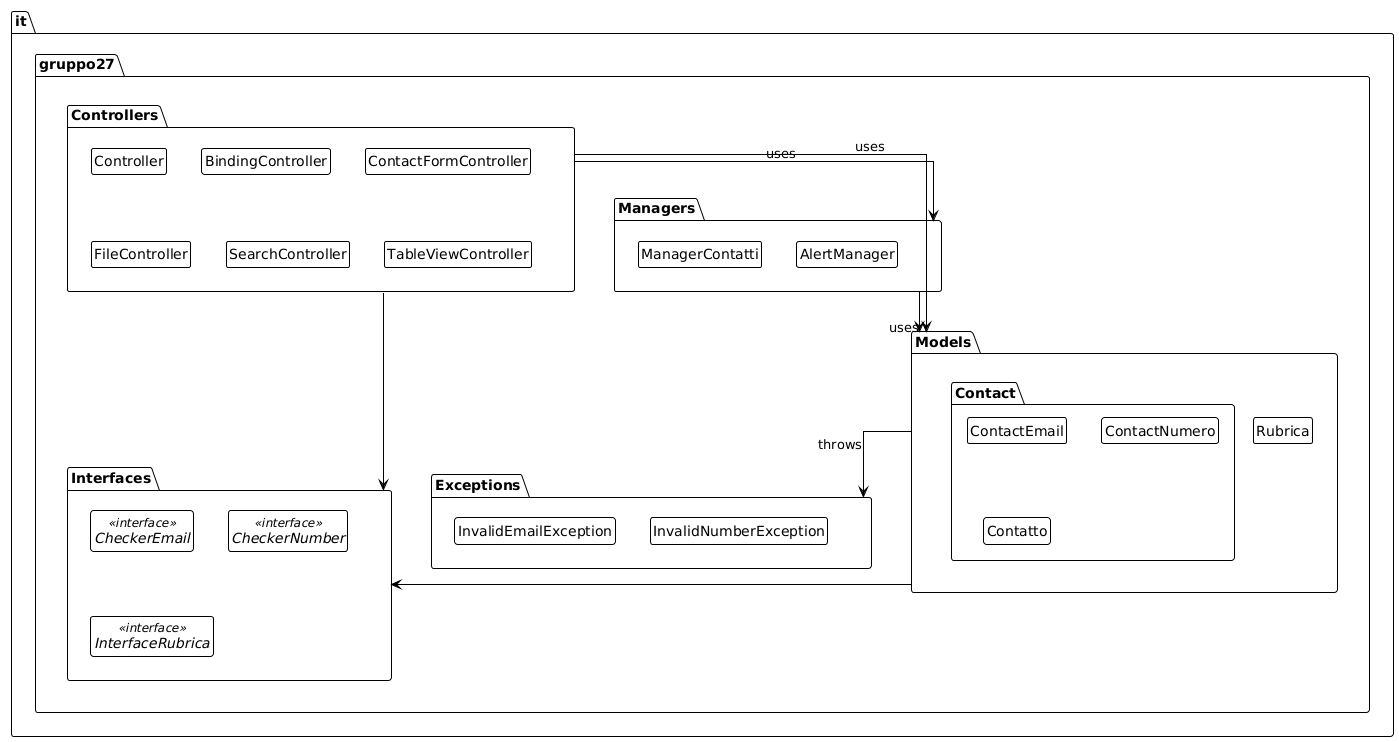
Mnaim03/Contact-List keeps this PlantUML diagram as Documentazione e Consegne/Design/Package Diagram/Package Diagram UML.png. Above is the earlier version.
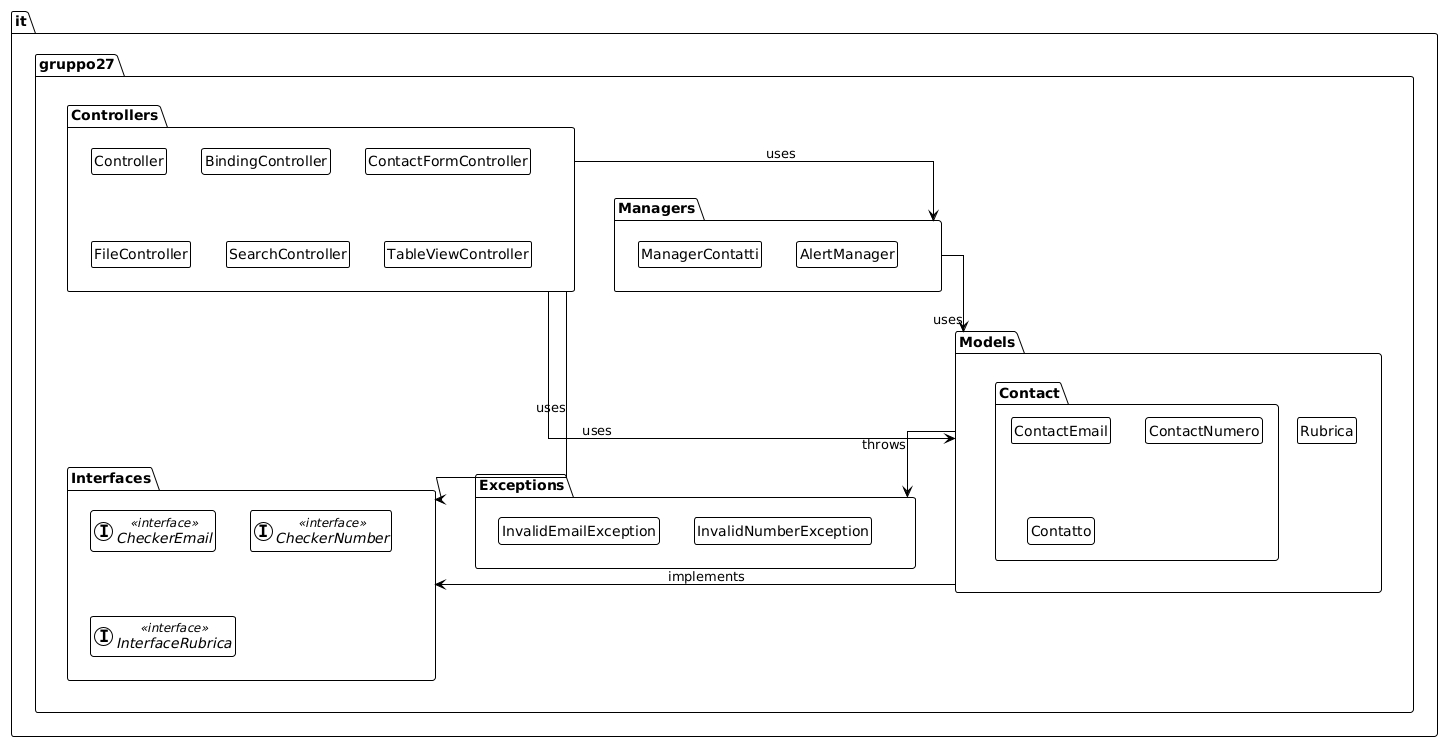
Above is the later version.

Diff of the diagram source:
```diff
@@ -2,11 +2,11 @@
 !theme plain
 top to bottom direction
 skinparam linetype ortho
+hide methods
+hide fields
+hide class circle
 
-hide circle
-hide members
-
-Package it.gruppo27{
+package "it.gruppo27"{
 package Interfaces{
 interface CheckerEmail << interface >>
 interface CheckerNumber << interface >>
@@ -43,8 +43,8 @@
 
 it.gruppo27.Controllers --> it.gruppo27.Models : uses
 it.gruppo27.Controllers --> it.gruppo27.Managers : uses
-it.gruppo27.Controllers --> it.gruppo27.Interfaces
-it.gruppo27.Models --> it.gruppo27.Interfaces
+it.gruppo27.Controllers --> it.gruppo27.Interfaces : uses
+it.gruppo27.Models --> it.gruppo27.Interfaces : implements
 it.gruppo27.Models --> it.gruppo27.Exceptions : throws
 it.gruppo27.Managers --> it.gruppo27.Models : uses
 @enduml
```
